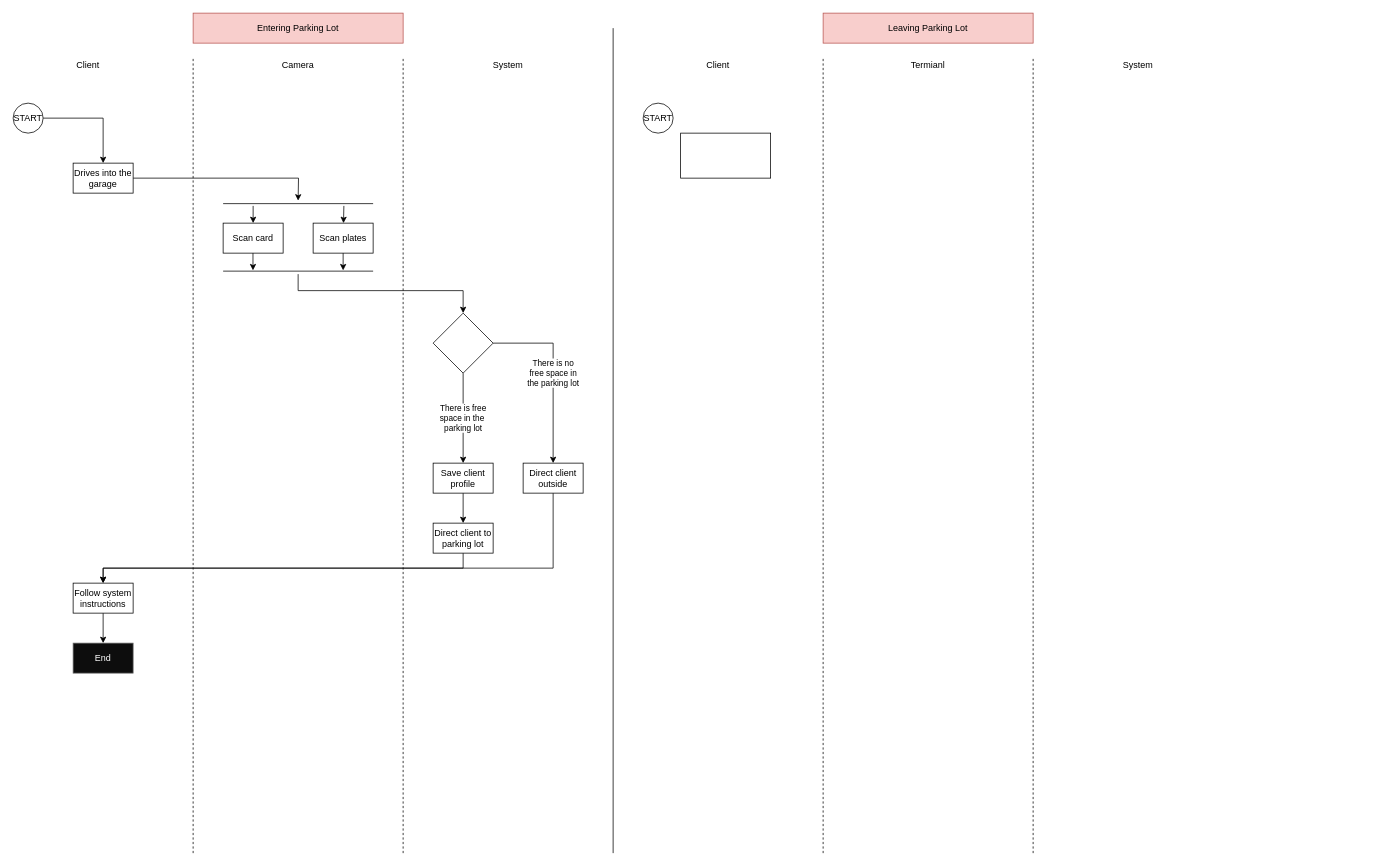
This is Untitled Diagram.drawio from Gryfin123/diagrams_with_no_context, a draw.io file, before an edit. Source tidied: cells renumbered, new cells numbered last; positions are measured from the earlier drawing's top-left corner, leaving out a move shared by most shapes. Both pictures are drawn from the tidied source at 75%, with x=0, y=0 at pixel (13, 13).
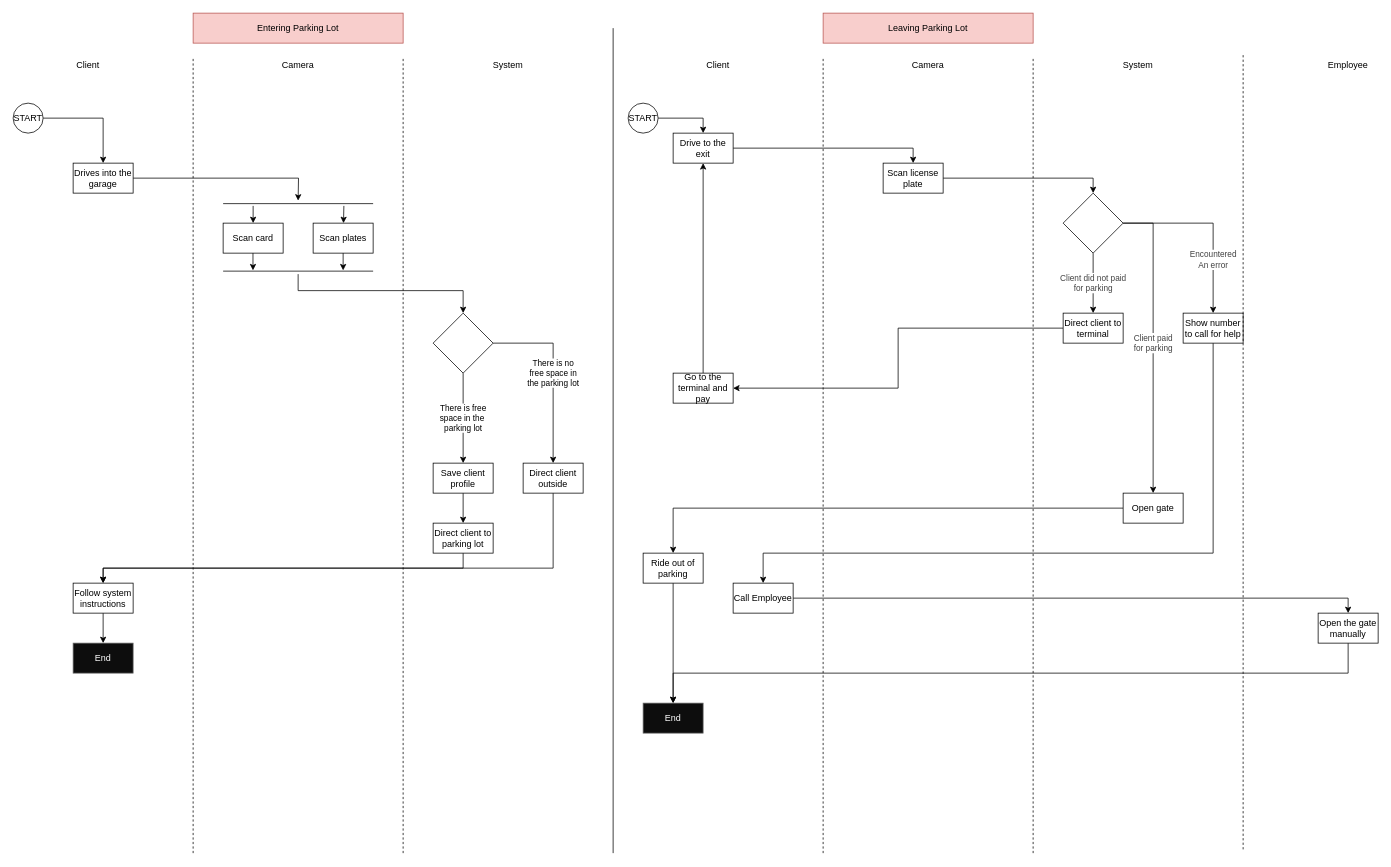
Above is the later version.

The edit, as a diff of the source:
```diff
@@
-<mxGraphModel>
+<mxGraphModel background="#ffffff">
@@
-    <mxCell id="35" value="Termianl" style="text;html=1;strokeColor=none;fillColor=none;align=center;verticalAlign=middle;whiteSpace=wrap;rounded=0;" parent="1" vertex="1">
+    <mxCell id="35" value="Camera" style="text;html=1;strokeColor=none;fillColor=none;align=center;verticalAlign=middle;whiteSpace=wrap;rounded=0;" parent="1" vertex="1">
       <mxGeometry x="1200" y="60" width="40" height="20" as="geometry" />
     </mxCell>
@@
+    <mxCell id="42" style="edgeStyle=orthogonalEdgeStyle;rounded=0;jettySize=auto;html=1;entryX=0.5;entryY=0;entryDx=0;entryDy=0;fontColor=#424242;" parent="1" edge="1" source="40" target="41">
+      <mxGeometry relative="1" as="geometry" />
+    </mxCell>
     <mxCell id="40" value="START" style="ellipse;whiteSpace=wrap;html=1;" parent="1" vertex="1">
-      <mxGeometry x="840" y="120" width="40" height="40" as="geometry" />
+      <mxGeometry x="820" y="120" width="40" height="40" as="geometry" />
     </mxCell>
+    <mxCell id="43" style="edgeStyle=orthogonalEdgeStyle;rounded=0;jettySize=auto;html=1;entryX=0.5;entryY=0;entryDx=0;entryDy=0;fontColor=#424242;" parent="1" edge="1" source="41" target="55">
+      <mxGeometry relative="1" as="geometry" />
+    </mxCell>
-    <mxCell id="41" style="rounded=0;whiteSpace=wrap;html=1;" parent="1" vertex="1">
-      <mxGeometry x="890" y="160" width="120" height="60" as="geometry" />
+    <mxCell id="41" value="Drive to the exit" style="rounded=0;whiteSpace=wrap;html=1;" parent="1" vertex="1">
+      <mxGeometry x="880" y="160" width="80" height="40" as="geometry" />
     </mxCell>
+    <mxCell id="44" value="Client did not paid&lt;br&gt;for parking" style="edgeStyle=orthogonalEdgeStyle;rounded=0;jettySize=auto;html=1;fontColor=#424242;" parent="1" edge="1" source="47" target="49">
+      <mxGeometry relative="1" as="geometry" />
+    </mxCell>
+    <mxCell id="45" value="Client paid&lt;br&gt;for parking" style="edgeStyle=orthogonalEdgeStyle;rounded=0;jettySize=auto;html=1;fontColor=#424242;" parent="1" edge="1" source="47" target="51">
+      <mxGeometry relative="1" as="geometry">
+        <Array as="points">
+          <mxPoint x="1520" y="280" />
+        </Array>
+      </mxGeometry>
+    </mxCell>
+    <mxCell id="46" value="Encountered&lt;br&gt;An error" style="edgeStyle=orthogonalEdgeStyle;rounded=0;jettySize=auto;html=1;fontColor=#424242;" parent="1" edge="1" source="47" target="60">
+      <mxGeometry x="0.42" relative="1" as="geometry">
+        <mxPoint y="-1" as="offset" />
+      </mxGeometry>
+    </mxCell>
+    <mxCell id="47" style="rhombus;whiteSpace=wrap;html=1;" parent="1" vertex="1">
+      <mxGeometry x="1400" y="240" width="80" height="80" as="geometry" />
+    </mxCell>
+    <mxCell id="48" style="edgeStyle=orthogonalEdgeStyle;rounded=0;jettySize=auto;html=1;entryX=1;entryY=0.5;entryDx=0;entryDy=0;fontColor=#424242;" parent="1" edge="1" source="49" target="53">
+      <mxGeometry relative="1" as="geometry" />
+    </mxCell>
+    <mxCell id="49" value="Direct client to terminal" style="rounded=0;whiteSpace=wrap;html=1;" parent="1" vertex="1">
+      <mxGeometry x="1400" y="400" width="80" height="40" as="geometry" />
+    </mxCell>
+    <mxCell id="50" style="edgeStyle=orthogonalEdgeStyle;rounded=0;jettySize=auto;html=1;entryX=0.5;entryY=0;entryDx=0;entryDy=0;fontColor=#424242;" parent="1" edge="1" source="51" target="57">
+      <mxGeometry relative="1" as="geometry" />
+    </mxCell>
+    <mxCell id="51" value="Open gate" style="rounded=0;whiteSpace=wrap;html=1;" parent="1" vertex="1">
+      <mxGeometry x="1480" y="640" width="80" height="40" as="geometry" />
+    </mxCell>
+    <mxCell id="52" style="edgeStyle=orthogonalEdgeStyle;rounded=0;jettySize=auto;html=1;entryX=0.5;entryY=1;entryDx=0;entryDy=0;fontColor=#424242;" parent="1" edge="1" source="53" target="41">
+      <mxGeometry relative="1" as="geometry" />
+    </mxCell>
+    <mxCell id="53" value="Go to the terminal and pay" style="rounded=0;whiteSpace=wrap;html=1;" parent="1" vertex="1">
+      <mxGeometry x="880" y="480" width="80" height="40" as="geometry" />
+    </mxCell>
+    <mxCell id="54" style="edgeStyle=orthogonalEdgeStyle;rounded=0;jettySize=auto;html=1;entryX=0.5;entryY=0;entryDx=0;entryDy=0;fontColor=#424242;" parent="1" edge="1" source="55" target="47">
+      <mxGeometry relative="1" as="geometry" />
+    </mxCell>
+    <mxCell id="55" value="Scan license plate" style="rounded=0;whiteSpace=wrap;html=1;" parent="1" vertex="1">
+      <mxGeometry x="1160" y="200" width="80" height="40" as="geometry" />
+    </mxCell>
+    <mxCell id="56" style="edgeStyle=orthogonalEdgeStyle;rounded=0;jettySize=auto;html=1;entryX=0.5;entryY=0;entryDx=0;entryDy=0;fontColor=#424242;" parent="1" edge="1" source="57" target="58">
+      <mxGeometry relative="1" as="geometry" />
+    </mxCell>
+    <mxCell id="57" value="Ride out of parking" style="rounded=0;whiteSpace=wrap;html=1;" parent="1" vertex="1">
+      <mxGeometry x="840" y="720" width="80" height="40" as="geometry" />
+    </mxCell>
+    <mxCell id="58" value="&lt;font color=&quot;#ffffff&quot;&gt;End&lt;/font&gt;" style="rounded=0;whiteSpace=wrap;html=1;strokeColor=#666666;fontColor=#333333;fillColor=#0D0D0D;" parent="1" vertex="1">
+      <mxGeometry x="840" y="920" width="80" height="40" as="geometry" />
+    </mxCell>
+    <mxCell id="59" style="edgeStyle=orthogonalEdgeStyle;rounded=0;jettySize=auto;html=1;fontColor=#424242;" parent="1" edge="1" source="60" target="62">
+      <mxGeometry relative="1" as="geometry">
+        <Array as="points">
+          <mxPoint x="1600" y="720" />
+          <mxPoint x="1000" y="720" />
+        </Array>
+      </mxGeometry>
+    </mxCell>
+    <mxCell id="60" value="Show number to call for help" style="rounded=0;whiteSpace=wrap;html=1;" parent="1" vertex="1">
+      <mxGeometry x="1560" y="400" width="80" height="40" as="geometry" />
+    </mxCell>
+    <mxCell id="61" style="edgeStyle=orthogonalEdgeStyle;rounded=0;jettySize=auto;html=1;entryX=0.5;entryY=0;entryDx=0;entryDy=0;fontColor=#424242;" parent="1" edge="1" source="62" target="66">
+      <mxGeometry relative="1" as="geometry" />
+    </mxCell>
+    <mxCell id="62" value="Call Employee" style="rounded=0;whiteSpace=wrap;html=1;" parent="1" vertex="1">
+      <mxGeometry x="960" y="760" width="80" height="40" as="geometry" />
+    </mxCell>
+    <mxCell id="63" style="endArrow=none;html=1;dashed=1;" parent="1" edge="1">
+      <mxGeometry relative="1" as="geometry">
+        <mxPoint x="1640" y="1115" as="sourcePoint" />
+        <mxPoint x="1640" y="55" as="targetPoint" />
+      </mxGeometry>
+    </mxCell>
+    <mxCell id="64" value="Employee" style="text;html=1;strokeColor=none;fillColor=none;align=center;verticalAlign=middle;whiteSpace=wrap;rounded=0;" parent="1" vertex="1">
+      <mxGeometry x="1760" y="60" width="40" height="20" as="geometry" />
+    </mxCell>
+    <mxCell id="65" style="edgeStyle=orthogonalEdgeStyle;rounded=0;jettySize=auto;html=1;entryX=0.5;entryY=0;entryDx=0;entryDy=0;fontColor=#424242;" parent="1" edge="1" source="66" target="58">
+      <mxGeometry relative="1" as="geometry">
+        <Array as="points">
+          <mxPoint x="1780" y="880" />
+          <mxPoint x="880" y="880" />
+        </Array>
+      </mxGeometry>
+    </mxCell>
+    <mxCell id="66" value="Open the gate manually" style="rounded=0;whiteSpace=wrap;html=1;" parent="1" vertex="1">
+      <mxGeometry x="1740" y="800" width="80" height="40" as="geometry" />
+    </mxCell>
```
